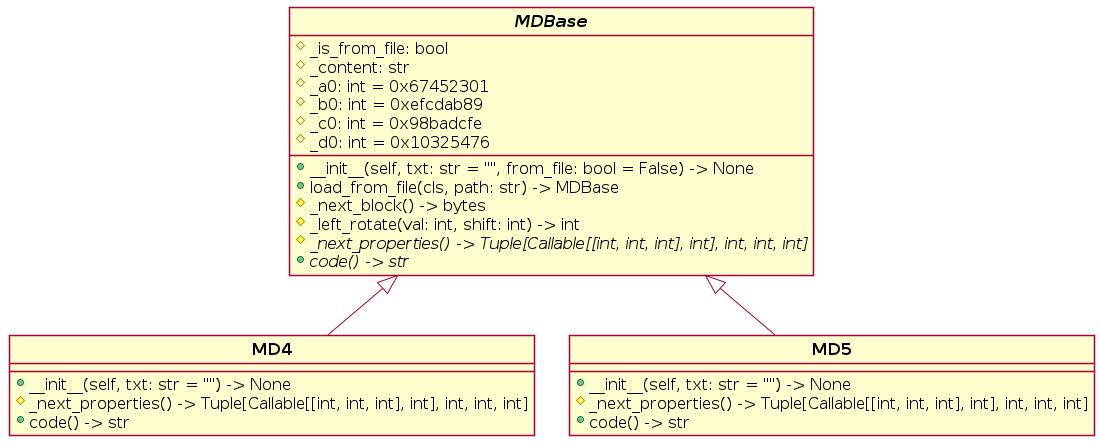
This is MD_clsses.png from pakosiek/EKO-OKNA, a PlantUML export, as it was before one commit. Its diagram source:
```plantuml
@startuml MD_clsses
skinparam style strictuml
skinparam DefaultFontName Arial
skinparam DefaultFontSize 16

class "<i><b>MDBase</b></i>" as MDBase {
    {field} # _is_from_file: bool
    {field} # _content: str
    {field} # _a0: int = 0x67452301
    {field} # _b0: int = 0xefcdab89
    {field} # _c0: int = 0x98badcfe
    {field} # _d0: int = 0x10325476
    {method} + __init__(self, txt: str = "", from_file: bool = False) -> None
    {method} + load_from_file(cls, path: str) -> MDBase
    {method} # _next_block() -> bytes
    {method} # _left_rotate(val: int, shift: int) -> int
    {abstract} # _next_properties() -> Tuple[Callable[[int, int, int], int], int, int, int]
    {abstract} + code() -> str
}

class "<b>MD4</b>" as MD4 {
    {method} + __init__(self, txt: str = "") -> None
    {method} # _next_properties() -> Tuple[Callable[[int, int, int], int], int, int, int]
    {method} + code() -> str
}

class "<b>MD5</b>" as MD5 {
    {method} + __init__(self, txt: str = "") -> None
    {method} # _next_properties() -> Tuple[Callable[[int, int, int], int], int, int, int]
    {method} + code() -> str
}

MDBase <|-- MD4
MDBase <|-- MD5

@enduml
```
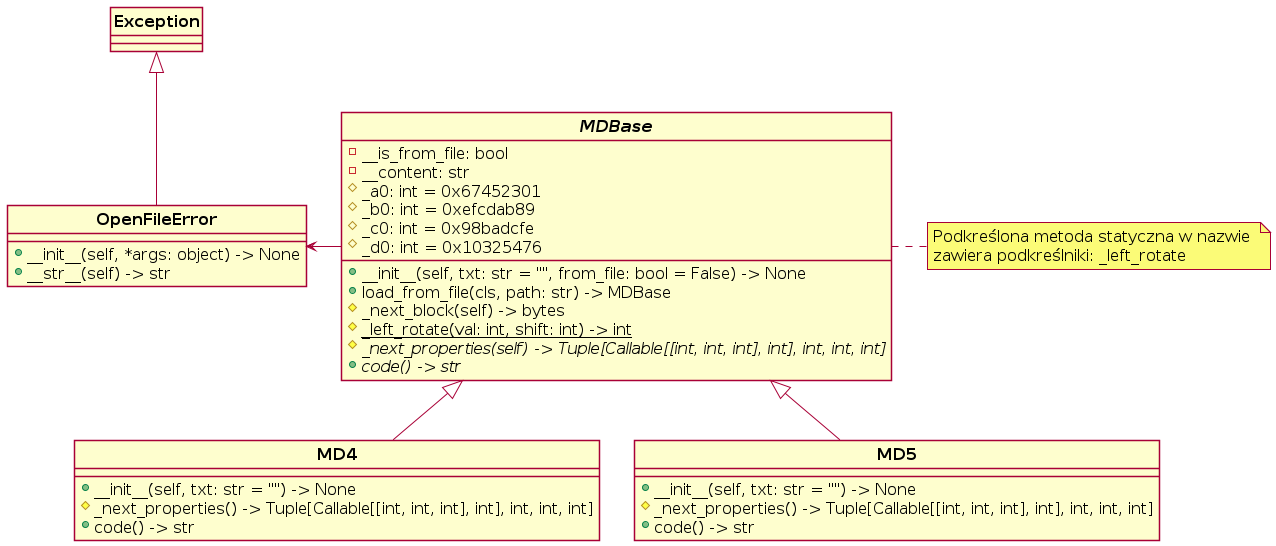
After the change.

Commit message:
zmiana klasy MDBase (dopisanie metody _next_block()) oraz poprawiony diagram

The edit, as a diff of the source:
```diff
@@ -3,18 +3,25 @@
 skinparam DefaultFontName Arial
 skinparam DefaultFontSize 16
 
+class "<b>Exception</b>" as Exception {}
+
+class "<b>OpenFileError</b>" as OpenFileError {
+    {method} + __init__(self, *args: object) -> None
+    {method} + __str__(self) -> str
+}
+
 class "<i><b>MDBase</b></i>" as MDBase {
-    {field} # _is_from_file: bool
-    {field} # _content: str
+    {field} - __is_from_file: bool
+    {field} - __content: str
     {field} # _a0: int = 0x67452301
     {field} # _b0: int = 0xefcdab89
     {field} # _c0: int = 0x98badcfe
     {field} # _d0: int = 0x10325476
     {method} + __init__(self, txt: str = "", from_file: bool = False) -> None
     {method} + load_from_file(cls, path: str) -> MDBase
-    {method} # _next_block() -> bytes
-    {method} # _left_rotate(val: int, shift: int) -> int
-    {abstract} # _next_properties() -> Tuple[Callable[[int, int, int], int], int, int, int]
+    {method} # _next_block(self) -> bytes
+    {static} # _left_rotate(val: int, shift: int) -> int
+    {abstract} # _next_properties(self) -> Tuple[Callable[[int, int, int], int], int, int, int]
     {abstract} + code() -> str
 }
 
@@ -30,7 +37,14 @@
     {method} + code() -> str
 }
 
+Exception <|-- OpenFileError
+OpenFileError <- MDBase
 MDBase <|-- MD4
 MDBase <|-- MD5
 
+note right of MDBase
+    Podkreślona metoda statyczna w nazwie
+    zawiera podkreślniki: _left_rotate
+end note
+
 @enduml
```
